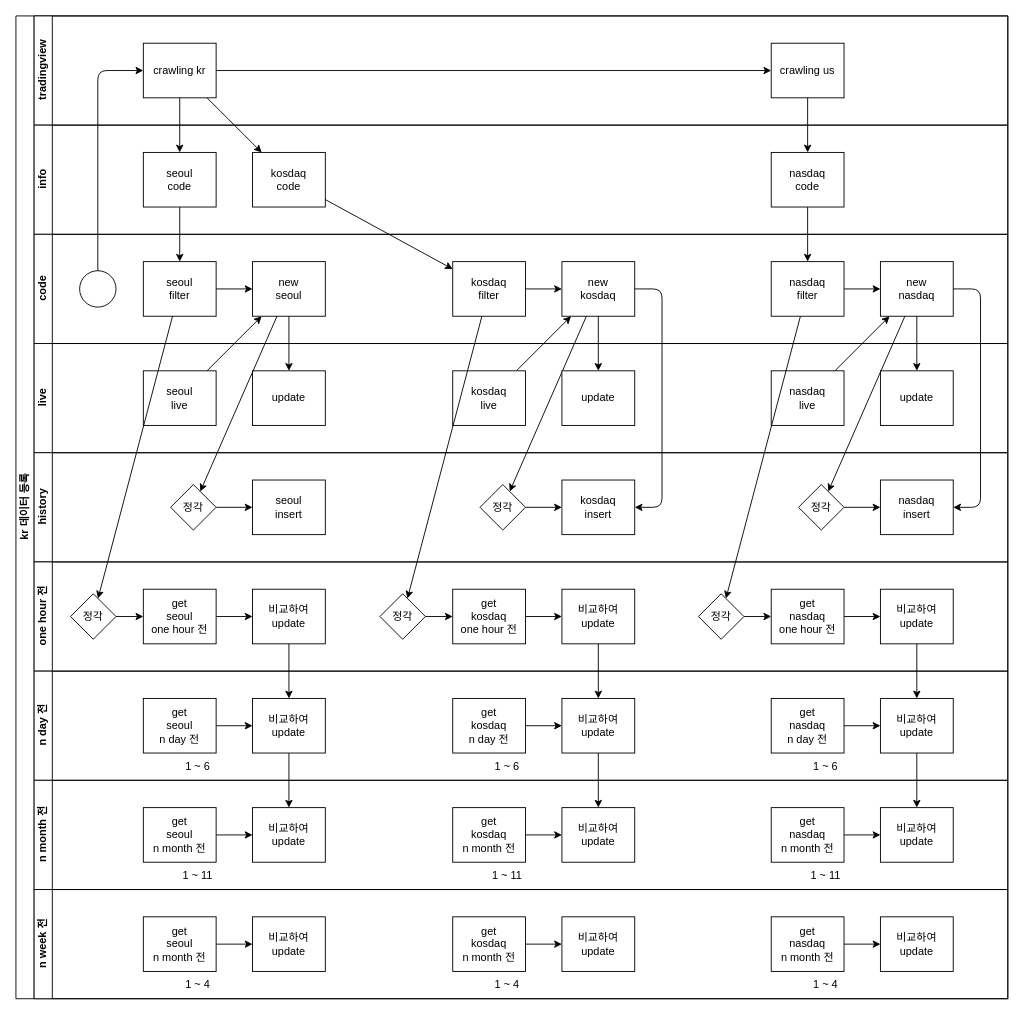
inpiniti/stock_server keeps this draw.io diagram as drawio/수집.drawio. Above is the earlier version. Source tidied: cells renumbered, new cells numbered last; positions are measured from the earlier drawing's top-left corner, leaving out a move shared by most shapes. Both pictures are drawn from the tidied source at 91%, with x=0, y=0 at pixel (15, 15).
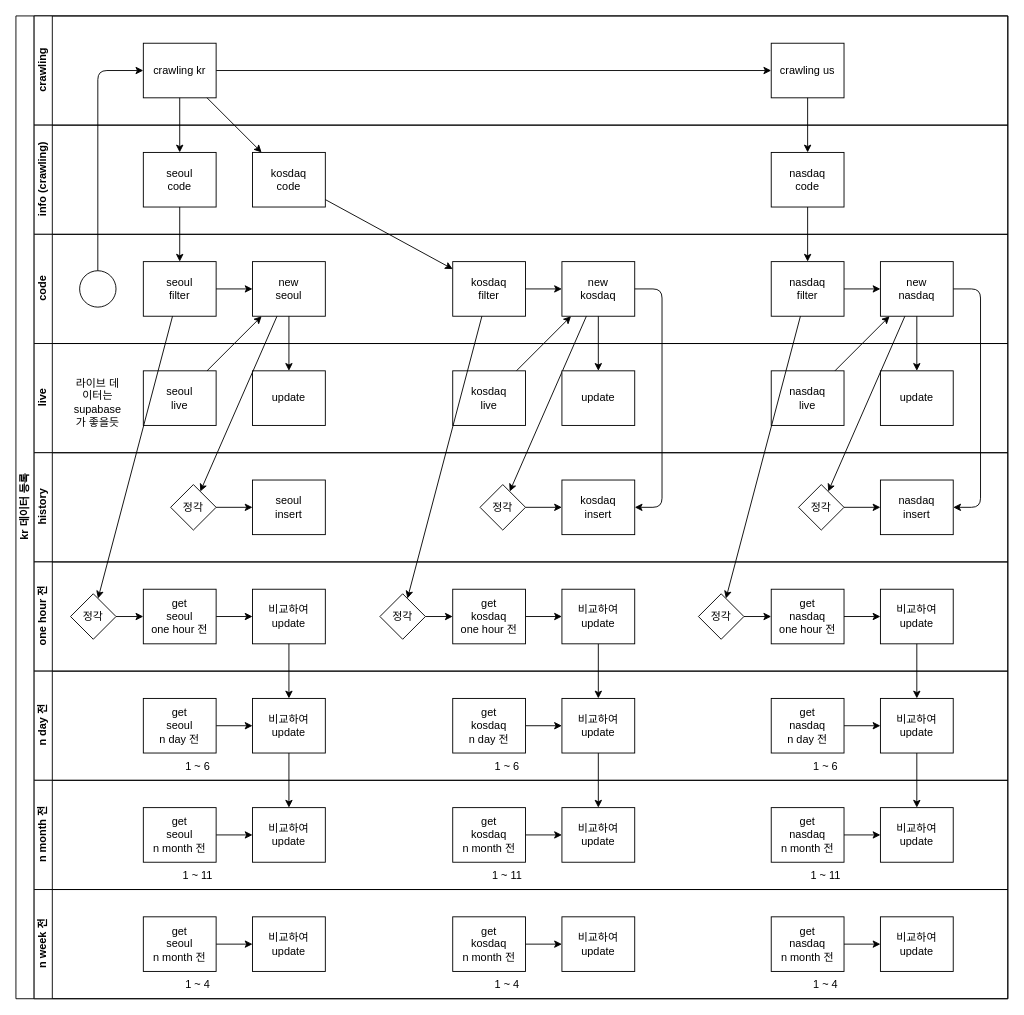
Above is the later version.

Unchanged cells that the change refers to:
```xml
<mxCell id="2" value="kr 데이터 등록" style="swimlane;html=1;horizontal=0;startSize=20;" parent="1" vertex="1">
  <mxGeometry width="1090" height="1080" as="geometry" />
</mxCell>
<mxCell id="28" value="live" style="swimlane;html=1;startSize=20;horizontal=0;" parent="2" vertex="1">
  <mxGeometry x="20" y="360" width="1070" height="120" as="geometry" />
</mxCell>
```

Diff of the diagram source:
```diff
@@
-    <mxCell id="3" value="tradingview" style="swimlane;html=1;startSize=20;horizontal=0;" parent="2" vertex="1">
+    <mxCell id="3" value="crawling" style="swimlane;html=1;startSize=20;horizontal=0;" parent="2" vertex="1">
       <mxGeometry x="20" width="1070" height="120" as="geometry" />
     </mxCell>
@@
-    <mxCell id="7" value="info" style="swimlane;html=1;startSize=20;horizontal=0;" parent="2" vertex="1">
+    <mxCell id="7" value="info (crawling)" style="swimlane;html=1;startSize=20;horizontal=0;" parent="2" vertex="1">
       <mxGeometry x="20" y="120" width="1070" height="120" as="geometry" />
     </mxCell>
@@
+    <mxCell id="121" value="라이브 데이터는 supabase 가 좋을듯" style="text;html=1;strokeColor=none;fillColor=none;align=center;verticalAlign=middle;whiteSpace=wrap;rounded=0;" parent="28" vertex="1">
+      <mxGeometry x="40" y="30" width="60" height="70" as="geometry" />
+    </mxCell>
```
